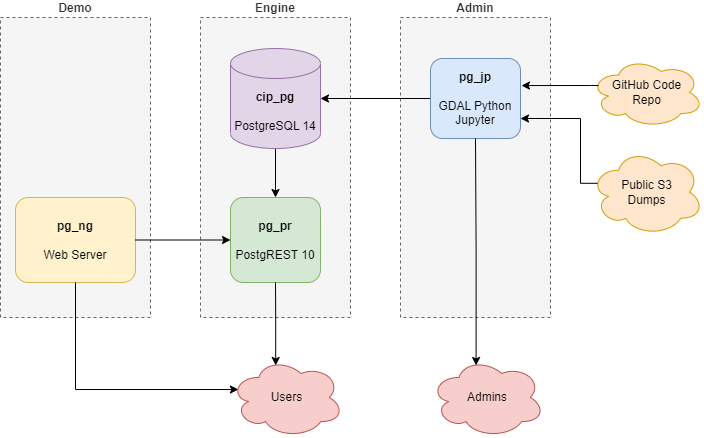
USEPA/CIP-service keeps this draw.io diagram as docs/architecture_local.drawio.png. Above is the earlier version. Source tidied: cells renumbered, new cells last; positions are measured from the earlier drawing's top-left corner, leaving out a move shared by most shapes.
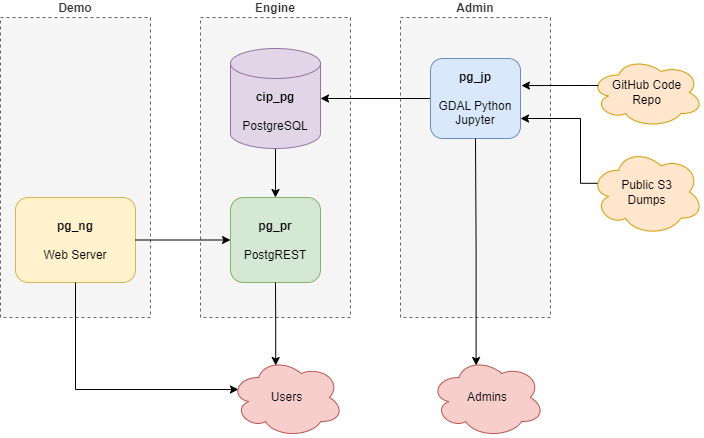
After the commit.

What changed in the source:
```diff
@@ -17,7 +17,7 @@
     <mxCell id="6" style="edgeStyle=orthogonalEdgeStyle;rounded=0;jettySize=auto;html=1;exitX=1;exitY=0.5;exitDx=0;exitDy=0;exitPerimeter=0;entryX=0;entryY=0.5;entryDx=0;entryDy=0;strokeColor=none;" parent="1" edge="1" source="7" target="9">
       <mxGeometry relative="1" as="geometry" />
     </mxCell>
-    <mxCell id="7" value="&lt;b&gt;cip_pg&lt;/b&gt;&lt;br&gt;&lt;br&gt;PostgreSQL 14" style="shape=cylinder3;whiteSpace=wrap;html=1;boundedLbl=1;backgroundOutline=1;size=15;fillColor=#e1d5e7;strokeColor=#9673a6;" parent="1" vertex="1">
+    <mxCell id="7" value="&lt;b&gt;cip_pg&lt;/b&gt;&lt;br&gt;&lt;br&gt;PostgreSQL" style="shape=cylinder3;whiteSpace=wrap;html=1;boundedLbl=1;backgroundOutline=1;size=15;fillColor=#e1d5e7;strokeColor=#9673a6;" parent="1" vertex="1">
       <mxGeometry x="230" y="31" width="90" height="100" as="geometry" />
     </mxCell>
     <mxCell id="8" style="edgeStyle=orthogonalEdgeStyle;rounded=0;jettySize=auto;html=1;exitX=0;exitY=0.5;exitDx=0;exitDy=0;entryX=1;entryY=0.5;entryDx=0;entryDy=0;entryPerimeter=0;" parent="1" edge="1" source="9" target="7">
@@ -26,7 +26,7 @@
     <mxCell id="9" value="&lt;b&gt;pg_jp&lt;/b&gt;&lt;br&gt;&lt;br&gt;GDAL Python Jupyter" style="rounded=1;whiteSpace=wrap;html=1;fillColor=#dae8fc;strokeColor=#6c8ebf;" parent="1" vertex="1">
       <mxGeometry x="430" y="41" width="90" height="80" as="geometry" />
     </mxCell>
-    <mxCell id="10" value="&lt;b&gt;pg_pr&lt;/b&gt;&lt;br&gt;&lt;br&gt;PostgREST 10" style="rounded=1;whiteSpace=wrap;html=1;fillColor=#d5e8d4;strokeColor=#82b366;" parent="1" vertex="1">
+    <mxCell id="10" value="&lt;b&gt;pg_pr&lt;/b&gt;&lt;br&gt;&lt;br&gt;PostgREST" style="rounded=1;whiteSpace=wrap;html=1;fillColor=#d5e8d4;strokeColor=#82b366;" parent="1" vertex="1">
       <mxGeometry x="230" y="180" width="90" height="85" as="geometry" />
     </mxCell>
     <mxCell id="11" value="&lt;b&gt;pg_ng&lt;br&gt;&lt;/b&gt;&lt;br&gt;Web Server" style="rounded=1;whiteSpace=wrap;html=1;fillColor=#fff2cc;strokeColor=#d6b656;" parent="1" vertex="1">
```
